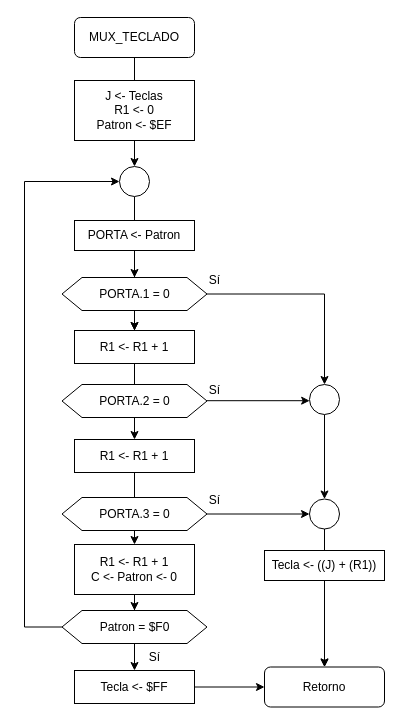
Earlier version of the draw.io diagram Tarea 4/MUX_TECLADO.drawio (robz25/Microprocesadores). Source tidied: cells renumbered, new cells numbered last; positions are measured from the earlier drawing's top-left corner, leaving out a move shared by most shapes. Both pictures are drawn from the tidied source at 100%, with x=0, y=0 at pixel (24, 17).
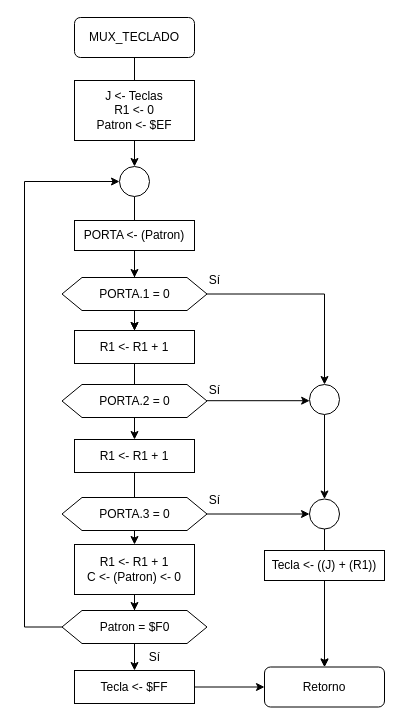
After the change.

Diff of the diagram source:
```diff
@@
-    <mxCell id="9" value="PORTA &amp;lt;- Patron" style="rounded=0;whiteSpace=wrap;html=1;" parent="1" vertex="1">
+    <mxCell id="9" value="PORTA &amp;lt;- (Patron)" style="rounded=0;whiteSpace=wrap;html=1;" parent="1" vertex="1">
       <mxGeometry x="50" y="203" width="120" height="30" as="geometry" />
     </mxCell>
@@
-    <mxCell id="20" value="&lt;div&gt;R1 &amp;lt;- R1 + 1&lt;/div&gt;&lt;div&gt;C &amp;lt;- Patron &amp;lt;- 0&lt;br&gt;&lt;/div&gt;" style="rounded=0;whiteSpace=wrap;html=1;" parent="1" vertex="1">
+    <mxCell id="20" value="&lt;div&gt;R1 &amp;lt;- R1 + 1&lt;/div&gt;&lt;div&gt;C &amp;lt;- (Patron) &amp;lt;- 0&lt;br&gt;&lt;/div&gt;" style="rounded=0;whiteSpace=wrap;html=1;" parent="1" vertex="1">
       <mxGeometry x="50" y="527" width="120" height="50" as="geometry" />
     </mxCell>
```
